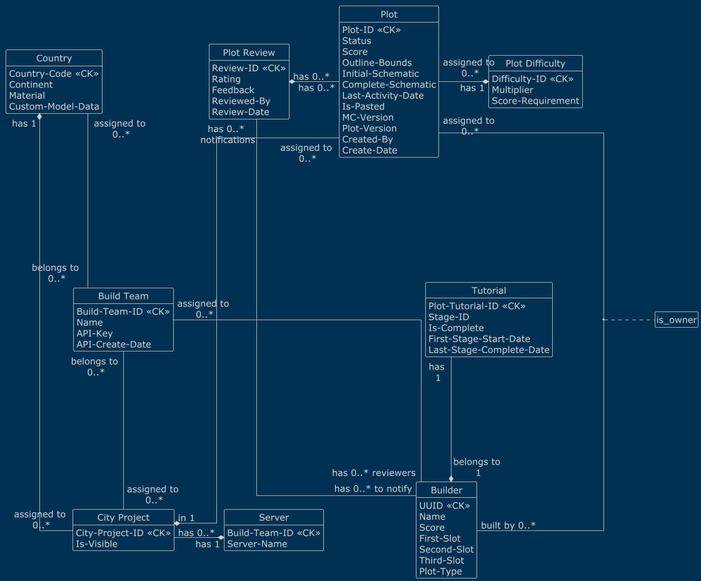
This is conceptual-db.png from AlpsBTE/Plot-System-DB, a PlantUML export, as it was before one commit.
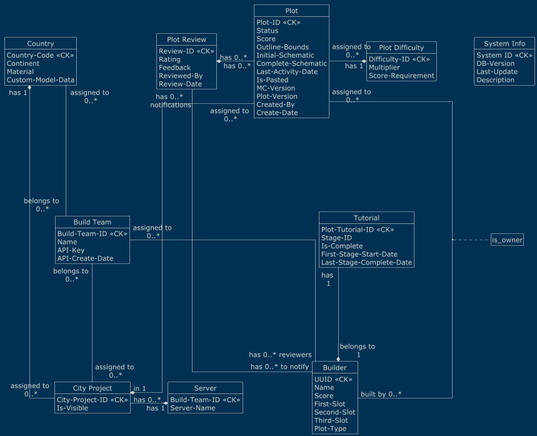
The same diagram one commit later.

Commit message:
add system_info table to schema

Change to the diagram source:
```diff
@@ -8,6 +8,13 @@
 hide circle
 hide empty members
 !theme blueprint
+
+entity "System Info" as system_info {
+    System ID <<CK>>
+    DB-Version
+    Last-Update
+    Description
+}
 
 entity "Build Team" as build_team {
     Build-Team-ID <<CK>>
```
